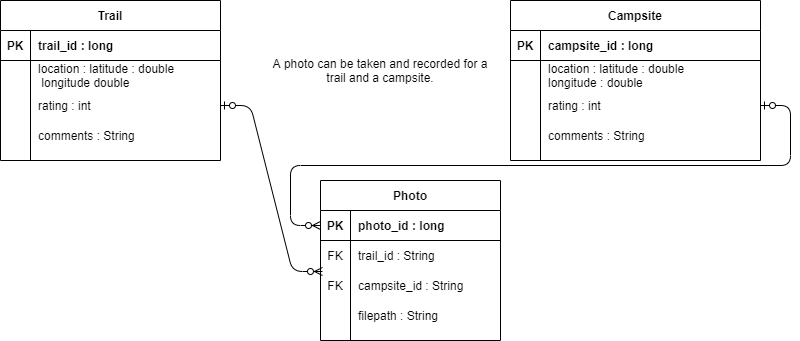
The draw.io diagram docs/img/erd.png in nm-trailmaster/nm-trailmaster.github.io, before a commit. Source tidied: cells renumbered, new cells last; positions are measured from the earlier drawing's top-left corner, leaving out a move shared by most shapes.
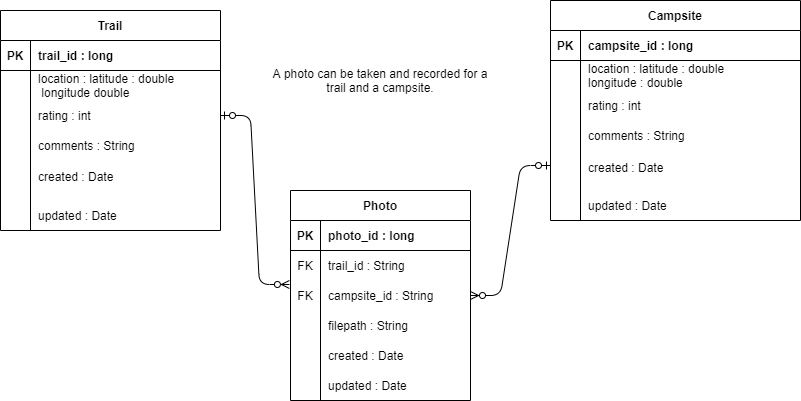
Later version of the same file.

Commit message:
New specified ERD's with created and updated.

What changed in the source:
```diff
@@ -2,131 +2,149 @@
   <root>
     <mxCell id="0" />
     <mxCell id="1" parent="0" />
-    <mxCell id="2" value="Campsite" style="shape=table;startSize=30;rowLines=0;fontStyle=1;align=center;" parent="1" vertex="1">
-      <mxGeometry x="510" width="250" height="160" as="geometry" />
+    <mxCell id="2" style="edgeStyle=entityRelationEdgeStyle;fontSize=12;html=1;endArrow=ERzeroToMany;startArrow=ERzeroToOne;entryX=-0.006;entryY=0.133;entryDx=0;entryDy=0;entryPerimeter=0;endFill=1;startFill=1;exitX=1;exitY=0.5;exitDx=0;exitDy=0;" parent="1" edge="1" source="18" target="44">
+      <mxGeometry relative="1" as="geometry" />
     </mxCell>
-    <mxCell id="3" style="shape=partialRectangle;fillColor=none;top=0;left=0;bottom=1;right=0;" parent="2" vertex="1">
-      <mxGeometry y="30" width="250" height="30" as="geometry" />
+    <mxCell id="3" value="A photo can be taken and recorded for a trail and a campsite." style="text;html=1;strokeColor=none;fillColor=none;align=center;verticalAlign=middle;whiteSpace=wrap;rounded=0;" parent="1" vertex="1">
+      <mxGeometry x="270" y="20" width="220" height="100" as="geometry" />
     </mxCell>
-    <mxCell id="4" value="PK" style="shape=partialRectangle;fillColor=none;top=0;left=0;bottom=0;right=0;fontStyle=1;overflow=hidden;" parent="3" vertex="1">
-      <mxGeometry width="30" height="30" as="geometry" />
+    <mxCell id="4" value="created : Date" style="shape=partialRectangle;fillColor=none;top=0;left=0;bottom=0;right=0;align=left;spacingLeft=6;overflow=hidden;" parent="1" vertex="1">
+      <mxGeometry x="580" y="142" width="220" height="30" as="geometry" />
     </mxCell>
-    <mxCell id="5" value="campsite_id : long" style="shape=partialRectangle;fillColor=none;top=0;left=0;bottom=0;right=0;align=left;spacingLeft=6;fontStyle=1;overflow=hidden;" parent="3" vertex="1">
-      <mxGeometry x="30" width="220" height="30" as="geometry" />
+    <mxCell id="5" value="updated : Date" style="shape=partialRectangle;fillColor=none;top=0;left=0;bottom=0;right=0;align=left;spacingLeft=6;overflow=hidden;" parent="1" vertex="1">
+      <mxGeometry x="580" y="180" width="220" height="30" as="geometry" />
     </mxCell>
-    <mxCell id="6" style="shape=partialRectangle;fillColor=none;top=0;left=0;bottom=0;right=0;" parent="2" vertex="1">
-      <mxGeometry y="60" width="250" height="30" as="geometry" />
+    <mxCell id="6" value="created : Date" style="shape=partialRectangle;fillColor=none;top=0;left=0;bottom=0;right=0;align=left;spacingLeft=6;overflow=hidden;" parent="1" vertex="1">
+      <mxGeometry x="30" y="151" width="190" height="30" as="geometry" />
     </mxCell>
-    <mxCell id="7" style="shape=partialRectangle;fillColor=none;top=0;left=0;bottom=0;right=0;overflow=hidden;" parent="6" vertex="1">
-      <mxGeometry width="30" height="30" as="geometry" />
+    <mxCell id="7" value="updated : Date" style="shape=partialRectangle;fillColor=none;top=0;left=0;bottom=0;right=0;align=left;spacingLeft=6;overflow=hidden;" parent="1" vertex="1">
+      <mxGeometry x="30" y="190" width="190" height="30" as="geometry" />
     </mxCell>
-    <mxCell id="8" value="location : latitude : double &#10;longitude : double" style="shape=partialRectangle;fillColor=none;top=0;left=0;bottom=0;right=0;align=left;spacingLeft=6;overflow=hidden;" parent="6" vertex="1">
-      <mxGeometry x="30" width="220" height="30" as="geometry" />
+    <mxCell id="8" value="created : Date" style="shape=partialRectangle;fillColor=none;top=0;left=0;bottom=0;right=0;align=left;spacingLeft=6;overflow=hidden;" parent="1" vertex="1">
+      <mxGeometry x="320" y="330" width="150" height="30" as="geometry" />
     </mxCell>
-    <mxCell id="9" style="shape=partialRectangle;fillColor=none;top=0;left=0;bottom=0;right=0;points=[[0,0.5],[1,0.5]];portConstraint=eastwest;" parent="2" vertex="1">
-      <mxGeometry y="90" width="250" height="30" as="geometry" />
+    <mxCell id="9" value="updated : Date" style="shape=partialRectangle;fillColor=none;top=0;left=0;bottom=0;right=0;align=left;spacingLeft=6;overflow=hidden;" parent="1" vertex="1">
+      <mxGeometry x="320" y="360" width="150" height="30" as="geometry" />
     </mxCell>
-    <mxCell id="10" style="shape=partialRectangle;fillColor=none;top=0;left=0;bottom=0;right=0;overflow=hidden;" parent="9" vertex="1">
-      <mxGeometry width="30" height="30" as="geometry" />
+    <mxCell id="10" style="edgeStyle=entityRelationEdgeStyle;fontSize=12;html=1;endArrow=ERzeroToOne;startArrow=ERzeroToMany;entryX=0;entryY=0.75;entryDx=0;entryDy=0;endFill=1;startFill=1;exitX=1;exitY=0.5;exitDx=0;exitDy=0;" parent="1" edge="1" source="44" target="24">
+      <mxGeometry relative="1" as="geometry" />
     </mxCell>
-    <mxCell id="11" value="rating : int" style="shape=partialRectangle;fillColor=none;top=0;left=0;bottom=0;right=0;align=left;spacingLeft=6;overflow=hidden;" parent="9" vertex="1">
-      <mxGeometry x="30" width="220" height="30" as="geometry" />
+    <mxCell id="11" value="Trail" style="shape=table;startSize=30;rowLines=0;fontStyle=1;align=center;" parent="1" vertex="1">
+      <mxGeometry width="220" height="220" as="geometry" />
     </mxCell>
-    <mxCell id="12" style="shape=partialRectangle;fillColor=none;top=0;left=0;bottom=0;right=0;" parent="2" vertex="1">
-      <mxGeometry y="120" width="250" height="30" as="geometry" />
+    <mxCell id="12" style="shape=partialRectangle;fillColor=none;top=0;left=0;bottom=1;right=0;" parent="11" vertex="1">
+      <mxGeometry y="30" width="220" height="30" as="geometry" />
     </mxCell>
-    <mxCell id="13" style="shape=partialRectangle;fillColor=none;top=0;left=0;bottom=0;right=0;overflow=hidden;" parent="12" vertex="1">
+    <mxCell id="13" value="PK" style="shape=partialRectangle;fillColor=none;top=0;left=0;bottom=0;right=0;fontStyle=1;overflow=hidden;" parent="12" vertex="1">
       <mxGeometry width="30" height="30" as="geometry" />
     </mxCell>
-    <mxCell id="14" value="comments : String" style="shape=partialRectangle;fillColor=none;top=0;left=0;bottom=0;right=0;align=left;spacingLeft=6;overflow=hidden;" parent="12" vertex="1">
-      <mxGeometry x="30" width="220" height="30" as="geometry" />
+    <mxCell id="14" value="trail_id : long" style="shape=partialRectangle;fillColor=none;top=0;left=0;bottom=0;right=0;align=left;spacingLeft=6;fontStyle=1;overflow=hidden;" parent="12" vertex="1">
+      <mxGeometry x="30" width="190" height="30" as="geometry" />
     </mxCell>
-    <mxCell id="15" value="Trail" style="shape=table;startSize=30;rowLines=0;fontStyle=1;align=center;" parent="1" vertex="1">
-      <mxGeometry width="220" height="160" as="geometry" />
+    <mxCell id="15" style="shape=partialRectangle;fillColor=none;top=0;left=0;bottom=0;right=0;" parent="11" vertex="1">
+      <mxGeometry y="60" width="220" height="30" as="geometry" />
     </mxCell>
-    <mxCell id="16" style="shape=partialRectangle;fillColor=none;top=0;left=0;bottom=1;right=0;" parent="15" vertex="1">
-      <mxGeometry y="30" width="220" height="30" as="geometry" />
+    <mxCell id="16" style="shape=partialRectangle;fillColor=none;top=0;left=0;bottom=0;right=0;overflow=hidden;" parent="15" vertex="1">
+      <mxGeometry width="30" height="30" as="geometry" />
     </mxCell>
-    <mxCell id="17" value="PK" style="shape=partialRectangle;fillColor=none;top=0;left=0;bottom=0;right=0;fontStyle=1;overflow=hidden;" parent="16" vertex="1">
-      <mxGeometry width="30" height="30" as="geometry" />
+    <mxCell id="17" value="location : latitude : double&#10; longitude double" style="shape=partialRectangle;fillColor=none;top=0;left=0;bottom=0;right=0;align=left;spacingLeft=6;overflow=hidden;" parent="15" vertex="1">
+      <mxGeometry x="30" width="190" height="30" as="geometry" />
     </mxCell>
-    <mxCell id="18" value="trail_id : long" style="shape=partialRectangle;fillColor=none;top=0;left=0;bottom=0;right=0;align=left;spacingLeft=6;fontStyle=1;overflow=hidden;" parent="16" vertex="1">
-      <mxGeometry x="30" width="190" height="30" as="geometry" />
+    <mxCell id="18" style="shape=partialRectangle;fillColor=none;top=0;left=0;bottom=0;right=0;points=[[0,0.5],[1,0.5]];portConstraint=eastwest;" parent="11" vertex="1">
+      <mxGeometry y="90" width="220" height="30" as="geometry" />
     </mxCell>
-    <mxCell id="19" style="shape=partialRectangle;fillColor=none;top=0;left=0;bottom=0;right=0;" parent="15" vertex="1">
-      <mxGeometry y="60" width="220" height="30" as="geometry" />
+    <mxCell id="19" style="shape=partialRectangle;fillColor=none;top=0;left=0;bottom=0;right=0;overflow=hidden;" parent="18" vertex="1">
+      <mxGeometry width="30" height="30" as="geometry" />
     </mxCell>
-    <mxCell id="20" style="shape=partialRectangle;fillColor=none;top=0;left=0;bottom=0;right=0;overflow=hidden;" parent="19" vertex="1">
-      <mxGeometry width="30" height="30" as="geometry" />
+    <mxCell id="20" value="rating : int" style="shape=partialRectangle;fillColor=none;top=0;left=0;bottom=0;right=0;align=left;spacingLeft=6;overflow=hidden;" parent="18" vertex="1">
+      <mxGeometry x="30" width="190" height="30" as="geometry" />
     </mxCell>
-    <mxCell id="21" value="location : latitude : double&#10; longitude double" style="shape=partialRectangle;fillColor=none;top=0;left=0;bottom=0;right=0;align=left;spacingLeft=6;overflow=hidden;" parent="19" vertex="1">
-      <mxGeometry x="30" width="190" height="30" as="geometry" />
+    <mxCell id="21" style="shape=partialRectangle;fillColor=none;top=0;left=0;bottom=0;right=0;" parent="11" vertex="1">
+      <mxGeometry y="120" width="220" height="30" as="geometry" />
     </mxCell>
-    <mxCell id="22" style="shape=partialRectangle;fillColor=none;top=0;left=0;bottom=0;right=0;points=[[0,0.5],[1,0.5]];portConstraint=eastwest;" parent="15" vertex="1">
-      <mxGeometry y="90" width="220" height="30" as="geometry" />
+    <mxCell id="22" style="shape=partialRectangle;fillColor=none;top=0;left=0;bottom=0;right=0;overflow=hidden;" parent="21" vertex="1">
+      <mxGeometry width="30" height="30" as="geometry" />
     </mxCell>
-    <mxCell id="23" style="shape=partialRectangle;fillColor=none;top=0;left=0;bottom=0;right=0;overflow=hidden;" parent="22" vertex="1">
-      <mxGeometry width="30" height="30" as="geometry" />
+    <mxCell id="23" value="comments : String" style="shape=partialRectangle;fillColor=none;top=0;left=0;bottom=0;right=0;align=left;spacingLeft=6;overflow=hidden;" parent="21" vertex="1">
+      <mxGeometry x="30" width="190" height="30" as="geometry" />
     </mxCell>
-    <mxCell id="24" value="rating : int" style="shape=partialRectangle;fillColor=none;top=0;left=0;bottom=0;right=0;align=left;spacingLeft=6;overflow=hidden;" parent="22" vertex="1">
-      <mxGeometry x="30" width="190" height="30" as="geometry" />
+    <mxCell id="24" value="Campsite" style="shape=table;startSize=30;rowLines=0;fontStyle=1;align=center;" parent="1" vertex="1">
+      <mxGeometry x="550" y="-10" width="250" height="220" as="geometry" />
     </mxCell>
-    <mxCell id="25" style="shape=partialRectangle;fillColor=none;top=0;left=0;bottom=0;right=0;" parent="15" vertex="1">
-      <mxGeometry y="120" width="220" height="30" as="geometry" />
+    <mxCell id="25" style="shape=partialRectangle;fillColor=none;top=0;left=0;bottom=1;right=0;" parent="24" vertex="1">
+      <mxGeometry y="30" width="250" height="30" as="geometry" />
     </mxCell>
-    <mxCell id="26" style="shape=partialRectangle;fillColor=none;top=0;left=0;bottom=0;right=0;overflow=hidden;" parent="25" vertex="1">
+    <mxCell id="26" value="PK" style="shape=partialRectangle;fillColor=none;top=0;left=0;bottom=0;right=0;fontStyle=1;overflow=hidden;" parent="25" vertex="1">
       <mxGeometry width="30" height="30" as="geometry" />
     </mxCell>
-    <mxCell id="27" value="comments : String" style="shape=partialRectangle;fillColor=none;top=0;left=0;bottom=0;right=0;align=left;spacingLeft=6;overflow=hidden;" parent="25" vertex="1">
-      <mxGeometry x="30" width="190" height="30" as="geometry" />
+    <mxCell id="27" value="campsite_id : long" style="shape=partialRectangle;fillColor=none;top=0;left=0;bottom=0;right=0;align=left;spacingLeft=6;fontStyle=1;overflow=hidden;" parent="25" vertex="1">
+      <mxGeometry x="30" width="220" height="30" as="geometry" />
     </mxCell>
-    <mxCell id="28" style="edgeStyle=entityRelationEdgeStyle;fontSize=12;html=1;endArrow=ERzeroToMany;startArrow=ERzeroToOne;entryX=0.011;entryY=0.033;entryDx=0;entryDy=0;entryPerimeter=0;endFill=1;startFill=1;exitX=1;exitY=0.5;exitDx=0;exitDy=0;" parent="1" edge="1" source="22" target="37">
-      <mxGeometry relative="1" as="geometry" />
+    <mxCell id="28" style="shape=partialRectangle;fillColor=none;top=0;left=0;bottom=0;right=0;" parent="24" vertex="1">
+      <mxGeometry y="60" width="250" height="30" as="geometry" />
     </mxCell>
-    <mxCell id="29" style="edgeStyle=entityRelationEdgeStyle;fontSize=12;html=1;endArrow=ERzeroToMany;startArrow=ERzeroToOne;entryX=0;entryY=0.5;entryDx=0;entryDy=0;endFill=1;exitX=1;exitY=0.5;exitDx=0;exitDy=0;startFill=1;" parent="1" edge="1" source="9" target="31">
-      <mxGeometry relative="1" as="geometry" />
+    <mxCell id="29" style="shape=partialRectangle;fillColor=none;top=0;left=0;bottom=0;right=0;overflow=hidden;" parent="28" vertex="1">
+      <mxGeometry width="30" height="30" as="geometry" />
     </mxCell>
-    <mxCell id="30" value="Photo" style="shape=table;startSize=30;rowLines=0;fontStyle=1;align=center;" parent="1" vertex="1">
-      <mxGeometry x="320" y="180" width="180" height="160" as="geometry" />
+    <mxCell id="30" value="location : latitude : double &#10;longitude : double" style="shape=partialRectangle;fillColor=none;top=0;left=0;bottom=0;right=0;align=left;spacingLeft=6;overflow=hidden;" parent="28" vertex="1">
+      <mxGeometry x="30" width="220" height="30" as="geometry" />
     </mxCell>
-    <mxCell id="31" style="shape=partialRectangle;fillColor=none;top=0;left=0;bottom=1;right=0;points=[[0,0.5],[1,0.5]];portConstraint=eastwest;" parent="30" vertex="1">
-      <mxGeometry y="30" width="180" height="30" as="geometry" />
+    <mxCell id="31" style="shape=partialRectangle;fillColor=none;top=0;left=0;bottom=0;right=0;points=[[0,0.5],[1,0.5]];portConstraint=eastwest;" parent="24" vertex="1">
+      <mxGeometry y="90" width="250" height="30" as="geometry" />
     </mxCell>
-    <mxCell id="32" value="PK" style="shape=partialRectangle;fillColor=none;top=0;left=0;bottom=0;right=0;fontStyle=1;overflow=hidden;" parent="31" vertex="1">
+    <mxCell id="32" style="shape=partialRectangle;fillColor=none;top=0;left=0;bottom=0;right=0;overflow=hidden;" parent="31" vertex="1">
       <mxGeometry width="30" height="30" as="geometry" />
     </mxCell>
-    <mxCell id="33" value="photo_id : long" style="shape=partialRectangle;fillColor=none;top=0;left=0;bottom=0;right=0;align=left;spacingLeft=6;fontStyle=1;overflow=hidden;" parent="31" vertex="1">
-      <mxGeometry x="30" width="150" height="30" as="geometry" />
+    <mxCell id="33" value="rating : int" style="shape=partialRectangle;fillColor=none;top=0;left=0;bottom=0;right=0;align=left;spacingLeft=6;overflow=hidden;" parent="31" vertex="1">
+      <mxGeometry x="30" width="220" height="30" as="geometry" />
     </mxCell>
-    <mxCell id="34" style="shape=partialRectangle;fillColor=none;top=0;left=0;bottom=0;right=0;" parent="30" vertex="1">
-      <mxGeometry y="60" width="180" height="30" as="geometry" />
+    <mxCell id="34" style="shape=partialRectangle;fillColor=none;top=0;left=0;bottom=0;right=0;" parent="24" vertex="1">
+      <mxGeometry y="120" width="250" height="30" as="geometry" />
     </mxCell>
-    <mxCell id="35" value="FK" style="shape=partialRectangle;fillColor=none;top=0;left=0;bottom=0;right=0;overflow=hidden;" parent="34" vertex="1">
+    <mxCell id="35" style="shape=partialRectangle;fillColor=none;top=0;left=0;bottom=0;right=0;overflow=hidden;" parent="34" vertex="1">
       <mxGeometry width="30" height="30" as="geometry" />
     </mxCell>
-    <mxCell id="36" value="trail_id : String" style="shape=partialRectangle;fillColor=none;top=0;left=0;bottom=0;right=0;align=left;spacingLeft=6;overflow=hidden;" parent="34" vertex="1">
-      <mxGeometry x="30" width="150" height="30" as="geometry" />
+    <mxCell id="36" value="comments : String" style="shape=partialRectangle;fillColor=none;top=0;left=0;bottom=0;right=0;align=left;spacingLeft=6;overflow=hidden;" parent="34" vertex="1">
+      <mxGeometry x="30" width="220" height="30" as="geometry" />
     </mxCell>
-    <mxCell id="37" style="shape=partialRectangle;fillColor=none;top=0;left=0;bottom=0;right=0;points=[[0,0.5],[1,0.5]];portConstraint=eastwest;" parent="30" vertex="1">
-      <mxGeometry y="90" width="180" height="30" as="geometry" />
+    <mxCell id="37" value="Photo" style="shape=table;startSize=30;rowLines=0;fontStyle=1;align=center;" parent="1" vertex="1">
+      <mxGeometry x="290" y="180" width="180" height="210" as="geometry" />
     </mxCell>
-    <mxCell id="38" value="FK" style="shape=partialRectangle;fillColor=none;top=0;left=0;bottom=0;right=0;overflow=hidden;" parent="37" vertex="1">
-      <mxGeometry width="30" height="30" as="geometry" />
+    <mxCell id="38" style="shape=partialRectangle;fillColor=none;top=0;left=0;bottom=1;right=0;" parent="37" vertex="1">
+      <mxGeometry y="30" width="180" height="30" as="geometry" />
     </mxCell>
-    <mxCell id="39" value="campsite_id : String" style="shape=partialRectangle;fillColor=none;top=0;left=0;bottom=0;right=0;align=left;spacingLeft=6;overflow=hidden;" parent="37" vertex="1">
-      <mxGeometry x="30" width="150" height="30" as="geometry" />
+    <mxCell id="39" value="PK" style="shape=partialRectangle;fillColor=none;top=0;left=0;bottom=0;right=0;fontStyle=1;overflow=hidden;" parent="38" vertex="1">
+      <mxGeometry width="30" height="30" as="geometry" />
     </mxCell>
-    <mxCell id="40" style="shape=partialRectangle;fillColor=none;top=0;left=0;bottom=0;right=0;" parent="30" vertex="1">
-      <mxGeometry y="120" width="180" height="30" as="geometry" />
+    <mxCell id="40" value="photo_id : long" style="shape=partialRectangle;fillColor=none;top=0;left=0;bottom=0;right=0;align=left;spacingLeft=6;fontStyle=1;overflow=hidden;" parent="38" vertex="1">
+      <mxGeometry x="30" width="150" height="30" as="geometry" />
     </mxCell>
-    <mxCell id="41" style="shape=partialRectangle;fillColor=none;top=0;left=0;bottom=0;right=0;overflow=hidden;" parent="40" vertex="1">
-      <mxGeometry width="30" height="30" as="geometry" />
+    <mxCell id="41" style="shape=partialRectangle;fillColor=none;top=0;left=0;bottom=0;right=0;" parent="37" vertex="1">
+      <mxGeometry y="60" width="180" height="30" as="geometry" />
     </mxCell>
-    <mxCell id="42" value="filepath : String" style="shape=partialRectangle;fillColor=none;top=0;left=0;bottom=0;right=0;align=left;spacingLeft=6;overflow=hidden;" parent="40" vertex="1">
-      <mxGeometry x="30" width="150" height="30" as="geometry" />
+    <mxCell id="42" value="FK" style="shape=partialRectangle;fillColor=none;top=0;left=0;bottom=0;right=0;overflow=hidden;" parent="41" vertex="1">
+      <mxGeometry width="30" height="30" as="geometry" />
     </mxCell>
-    <mxCell id="43" value="A photo can be taken and recorded for a trail and a campsite." style="text;html=1;strokeColor=none;fillColor=none;align=center;verticalAlign=middle;whiteSpace=wrap;rounded=0;" parent="1" vertex="1">
-      <mxGeometry x="270" y="20" width="220" height="100" as="geometry" />
+    <mxCell id="43" value="trail_id : String" style="shape=partialRectangle;fillColor=none;top=0;left=0;bottom=0;right=0;align=left;spacingLeft=6;overflow=hidden;" parent="41" vertex="1">
+      <mxGeometry x="30" width="150" height="30" as="geometry" />
     </mxCell>
+    <mxCell id="44" style="shape=partialRectangle;fillColor=none;top=0;left=0;bottom=0;right=0;points=[[0,0.5],[1,0.5]];portConstraint=eastwest;" parent="37" vertex="1">
+      <mxGeometry y="90" width="180" height="30" as="geometry" />
+    </mxCell>
+    <mxCell id="45" value="FK" style="shape=partialRectangle;fillColor=none;top=0;left=0;bottom=0;right=0;overflow=hidden;" parent="44" vertex="1">
+      <mxGeometry width="30" height="30" as="geometry" />
+    </mxCell>
+    <mxCell id="46" value="campsite_id : String" style="shape=partialRectangle;fillColor=none;top=0;left=0;bottom=0;right=0;align=left;spacingLeft=6;overflow=hidden;" parent="44" vertex="1">
+      <mxGeometry x="30" width="150" height="30" as="geometry" />
+    </mxCell>
+    <mxCell id="47" style="shape=partialRectangle;fillColor=none;top=0;left=0;bottom=0;right=0;" parent="37" vertex="1">
+      <mxGeometry y="120" width="180" height="30" as="geometry" />
+    </mxCell>
+    <mxCell id="48" style="shape=partialRectangle;fillColor=none;top=0;left=0;bottom=0;right=0;overflow=hidden;" parent="47" vertex="1">
+      <mxGeometry width="30" height="30" as="geometry" />
+    </mxCell>
+    <mxCell id="49" value="filepath : String" style="shape=partialRectangle;fillColor=none;top=0;left=0;bottom=0;right=0;align=left;spacingLeft=6;overflow=hidden;" parent="47" vertex="1">
+      <mxGeometry x="30" width="150" height="30" as="geometry" />
+    </mxCell>
   </root>
 </mxGraphModel>
```
